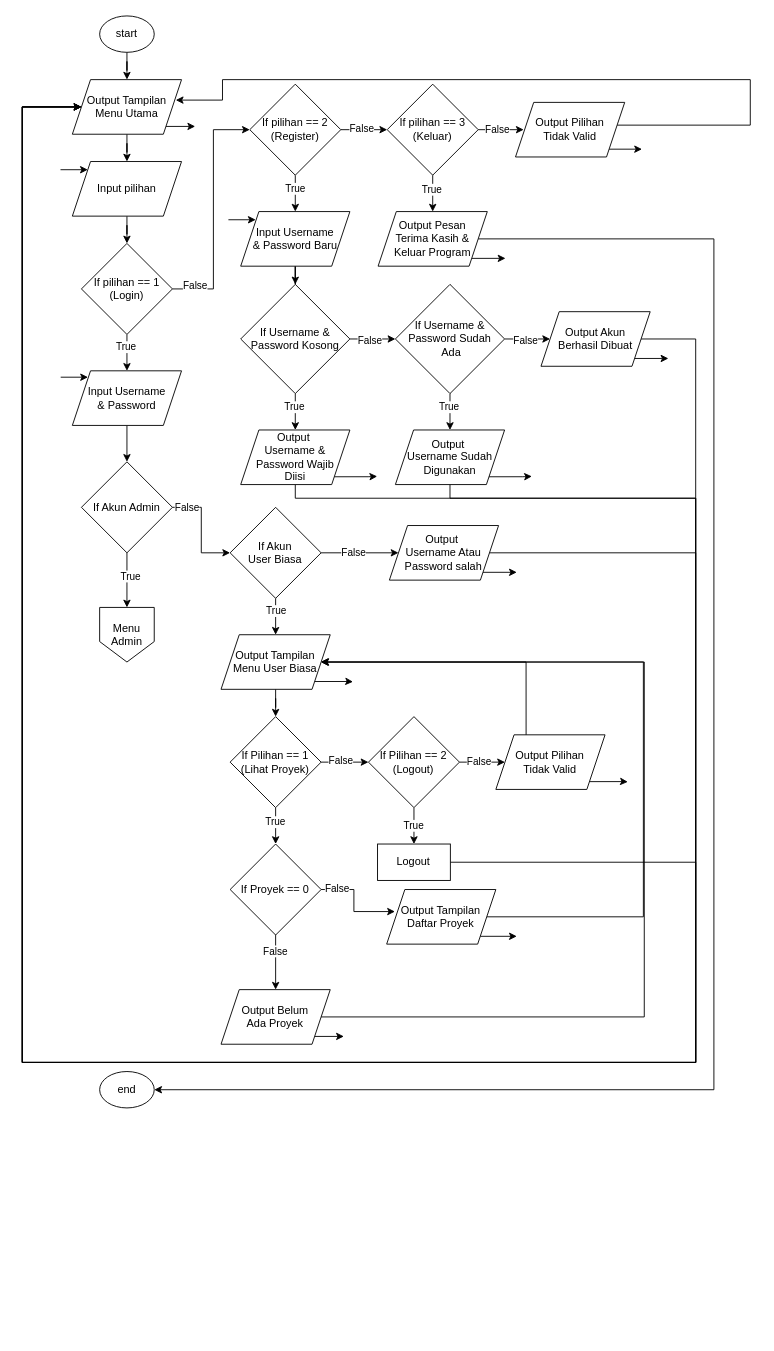
Earlier version of the draw.io diagram page "Menu Utama & User Biasa" (1 of 2) of praktikum-apd/post-test/post-test-apd-6/2509106081-MuhammadIhsanRosadi-PT-6.drawio (WAST3D-Git/Praktikum_APD_B2-25). Source tidied: cells renumbered, new cells numbered last; positions are measured from the earlier drawing's top-left corner, leaving out a move shared by most shapes. Both pictures are drawn from the tidied source at 91%, with x=0, y=0 at pixel (22, 15).
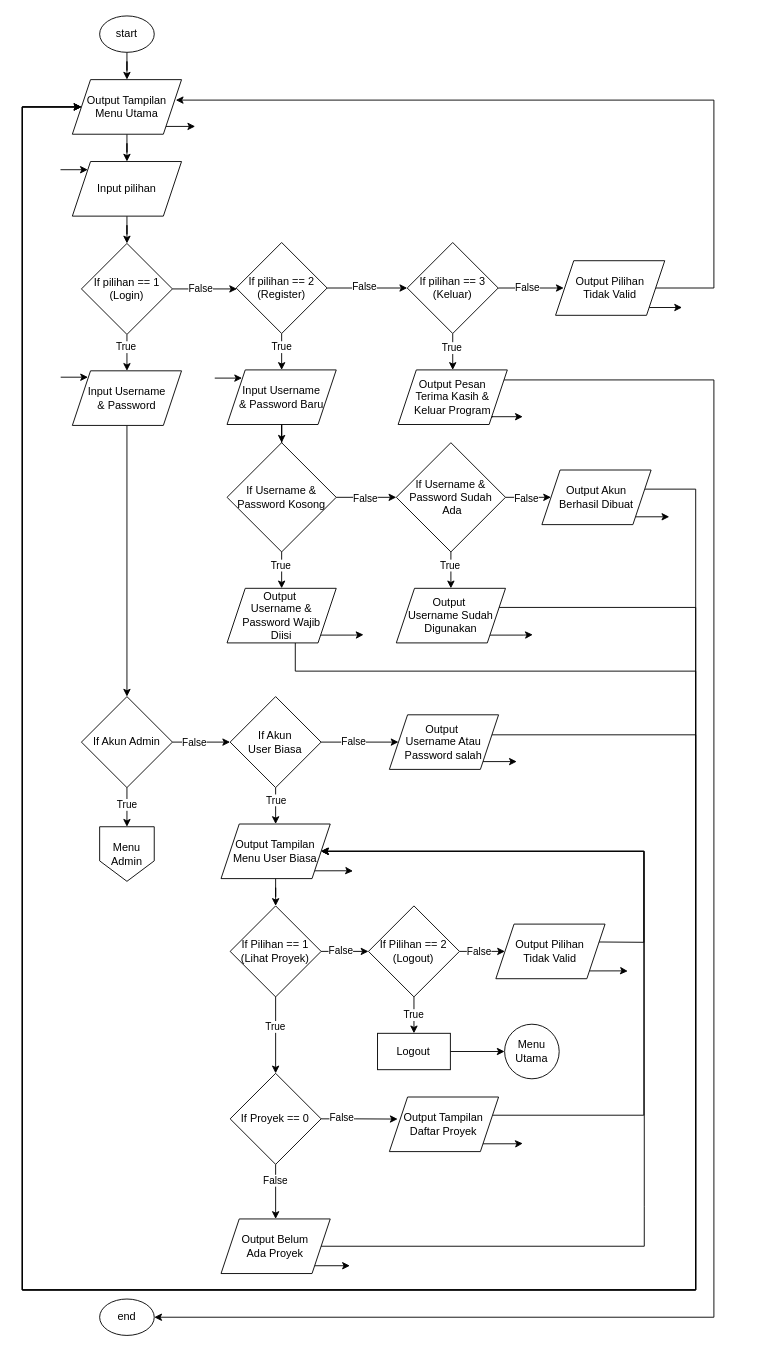
The same page after the edit.

The change refers to these unchanged cells:
```xml
<mxCell id="7" value="Output Tampilan&lt;div&gt;Menu Utama&lt;/div&gt;" style="shape=parallelogram;perimeter=parallelogramPerimeter;whiteSpace=wrap;html=1;fixedSize=1;" parent="1" vertex="1">
  <mxGeometry x="55" y="70" width="120" height="60" as="geometry" />
</mxCell>
<mxCell id="12" value="&lt;div&gt;&lt;span style=&quot;background-color: transparent; color: light-dark(rgb(0, 0, 0), rgb(255, 255, 255));&quot;&gt;If pilihan == 1&lt;/span&gt;&lt;/div&gt;&lt;div&gt;(Login)&lt;/div&gt;" style="rhombus;whiteSpace=wrap;html=1;" parent="1" vertex="1">
  <mxGeometry x="65" y="250" width="100" height="100" as="geometry" />
</mxCell>
<mxCell id="49" style="edgeStyle=orthogonalEdgeStyle;rounded=0;jettySize=auto;html=1;entryX=0;entryY=0.5;entryDx=0;entryDy=0;" parent="1" edge="1" source="53" target="58">
  <mxGeometry relative="1" as="geometry" />
</mxCell>
<mxCell id="51" style="edgeStyle=orthogonalEdgeStyle;rounded=0;jettySize=auto;html=1;" parent="1" edge="1" source="53" target="99">
  <mxGeometry relative="1" as="geometry" />
</mxCell>
<mxCell id="96" style="edgeStyle=orthogonalEdgeStyle;rounded=0;jettySize=auto;html=1;entryX=0.076;entryY=0.404;entryDx=0;entryDy=0;entryPerimeter=0;" parent="1" edge="1" source="90" target="95">
  <mxGeometry relative="1" as="geometry" />
</mxCell>
```

What changed in the source:
```diff
@@
     <mxCell id="4" value="end" style="ellipse;whiteSpace=wrap;html=1;" parent="1" vertex="1">
-      <mxGeometry x="85" y="1160" width="60" height="40" as="geometry" />
+      <mxGeometry x="85" y="1410" width="60" height="40" as="geometry" />
     </mxCell>
@@
     <mxCell id="10" style="edgeStyle=orthogonalEdgeStyle;rounded=0;jettySize=auto;html=1;" parent="1" edge="1" source="12" target="17">
       <mxGeometry relative="1" as="geometry">
         <Array as="points">
-          <mxPoint x="210" y="300" />
-          <mxPoint x="210" y="125" />
+          <mxPoint x="200" y="300" />
+          <mxPoint x="200" y="300" />
         </Array>
       </mxGeometry>
     </mxCell>
     <mxCell id="11" value="False" style="edgeLabel;html=1;align=center;verticalAlign=middle;" parent="10" vertex="1">
       <mxGeometry x="-0.07" relative="1" as="geometry">
-        <mxPoint x="-21" y="72" as="offset" />
+        <mxPoint x="-3" y="-1" as="offset" />
       </mxGeometry>
     </mxCell>
@@
     <mxCell id="17" value="&lt;div&gt;&lt;span style=&quot;background-color: transparent; color: light-dark(rgb(0, 0, 0), rgb(255, 255, 255));&quot;&gt;If pilihan == 2&lt;/span&gt;&lt;/div&gt;&lt;div&gt;(Register)&lt;/div&gt;" style="rhombus;whiteSpace=wrap;html=1;" parent="1" vertex="1">
-      <mxGeometry x="250" y="75" width="100" height="100" as="geometry" />
+      <mxGeometry x="235" y="249" width="100" height="100" as="geometry" />
     </mxCell>
     <mxCell id="18" style="edgeStyle=orthogonalEdgeStyle;rounded=0;jettySize=auto;html=1;" parent="1" edge="1" source="22">
       <mxGeometry relative="1" as="geometry">
-        <mxPoint x="551" y="125" as="targetPoint" />
+        <mxPoint x="595" y="299" as="targetPoint" />
       </mxGeometry>
     </mxCell>
@@
     <mxCell id="22" value="&lt;div&gt;&lt;span style=&quot;background-color: transparent; color: light-dark(rgb(0, 0, 0), rgb(255, 255, 255));&quot;&gt;If pilihan == 3&lt;/span&gt;&lt;/div&gt;&lt;div&gt;(Keluar)&lt;/div&gt;" style="rhombus;whiteSpace=wrap;html=1;" parent="1" vertex="1">
-      <mxGeometry x="401" y="75" width="100" height="100" as="geometry" />
+      <mxGeometry x="423" y="249" width="100" height="100" as="geometry" />
     </mxCell>
@@
     <mxCell id="26" style="edgeStyle=orthogonalEdgeStyle;rounded=0;jettySize=auto;html=1;exitX=1;exitY=1;exitDx=0;exitDy=0;" parent="1" edge="1" source="28">
       <mxGeometry relative="1" as="geometry">
-        <mxPoint x="681" y="146.2" as="targetPoint" />
+        <mxPoint x="725" y="320.2" as="targetPoint" />
       </mxGeometry>
     </mxCell>
-    <mxCell id="27" style="edgeStyle=orthogonalEdgeStyle;rounded=0;jettySize=auto;html=1;entryX=0.947;entryY=0.375;entryDx=0;entryDy=0;entryPerimeter=0;" parent="1" edge="1" source="28" target="7">
+    <mxCell id="27" style="edgeStyle=orthogonalEdgeStyle;rounded=0;jettySize=auto;html=1;entryX=0.947;entryY=0.375;entryDx=0;entryDy=0;entryPerimeter=0;exitX=1;exitY=0.5;exitDx=0;exitDy=0;" parent="1" edge="1" source="28" target="7">
       <mxGeometry relative="1" as="geometry">
         <Array as="points">
-          <mxPoint x="800" y="120" />
-          <mxPoint x="800" y="70" />
-          <mxPoint x="220" y="70" />
-          <mxPoint x="220" y="93" />
+          <mxPoint x="760" y="299" />
+          <mxPoint x="760" y="93" />
         </Array>
       </mxGeometry>
     </mxCell>
     <mxCell id="28" value="Output Pilihan&lt;div&gt;Tidak Valid&lt;/div&gt;" style="shape=parallelogram;perimeter=parallelogramPerimeter;whiteSpace=wrap;html=1;fixedSize=1;" parent="1" vertex="1">
-      <mxGeometry x="542" y="95" width="120" height="60" as="geometry" />
+      <mxGeometry x="586" y="269" width="120" height="60" as="geometry" />
     </mxCell>
     <mxCell id="29" style="edgeStyle=orthogonalEdgeStyle;rounded=0;jettySize=auto;html=1;entryX=1;entryY=0.5;entryDx=0;entryDy=0;" parent="1" edge="1" source="31" target="4">
       <mxGeometry relative="1" as="geometry">
         <Array as="points">
-          <mxPoint x="760" y="245" />
-          <mxPoint x="760" y="1180" />
+          <mxPoint x="760" y="400" />
+          <mxPoint x="760" y="1430" />
         </Array>
       </mxGeometry>
     </mxCell>
     <mxCell id="30" style="edgeStyle=orthogonalEdgeStyle;rounded=0;jettySize=auto;html=1;exitX=1;exitY=1;exitDx=0;exitDy=0;" parent="1" edge="1" source="31">
       <mxGeometry relative="1" as="geometry">
-        <mxPoint x="531" y="266.2" as="targetPoint" />
+        <mxPoint x="518" y="440.2" as="targetPoint" />
       </mxGeometry>
     </mxCell>
+    <mxCell id="100" style="edgeStyle=orthogonalEdgeStyle;rounded=0;jettySize=auto;html=1;exitX=1;exitY=1;exitDx=0;exitDy=0;" parent="1" edge="1" source="31">
+      <mxGeometry relative="1" as="geometry">
+        <mxPoint x="550" y="440.3" as="targetPoint" />
+      </mxGeometry>
+    </mxCell>
     <mxCell id="31" value="Output Pesan&lt;div&gt;&lt;span style=&quot;background-color: transparent; color: light-dark(rgb(0, 0, 0), rgb(255, 255, 255));&quot;&gt;Terima Kasih &amp;amp;&lt;/span&gt;&lt;div&gt;Keluar Program&lt;/div&gt;&lt;/div&gt;" style="shape=parallelogram;perimeter=parallelogramPerimeter;whiteSpace=wrap;html=1;fixedSize=1;" parent="1" vertex="1">
-      <mxGeometry x="391" y="215" width="120" height="60" as="geometry" />
+      <mxGeometry x="413" y="389" width="120" height="60" as="geometry" />
     </mxCell>
     <mxCell id="32" style="edgeStyle=orthogonalEdgeStyle;rounded=0;orthogonalLoop=1;jettySize=auto;html=1;" parent="1" edge="1">
       <mxGeometry relative="1" as="geometry">
-        <mxPoint x="226.5" y="224" as="sourcePoint" />
-        <mxPoint x="256.5" y="223.8" as="targetPoint" />
+        <mxPoint x="211.5" y="398" as="sourcePoint" />
+        <mxPoint x="241.5" y="397.8" as="targetPoint" />
       </mxGeometry>
     </mxCell>
@@
     <mxCell id="34" value="Input Username&lt;div&gt;&amp;amp; Password Baru&lt;/div&gt;" style="shape=parallelogram;perimeter=parallelogramPerimeter;whiteSpace=wrap;html=1;fixedSize=1;" parent="1" vertex="1">
-      <mxGeometry x="240" y="215" width="120" height="60" as="geometry" />
+      <mxGeometry x="225" y="389" width="120" height="60" as="geometry" />
     </mxCell>
@@
     <mxCell id="39" value="If Username &amp;amp;&lt;div&gt;Password Sudah&lt;/div&gt;&lt;div&gt;&amp;nbsp;Ada&lt;/div&gt;" style="rhombus;whiteSpace=wrap;html=1;" parent="1" vertex="1">
-      <mxGeometry x="410" y="295" width="120" height="120" as="geometry" />
+      <mxGeometry x="411" y="469" width="120" height="120" as="geometry" />
     </mxCell>
     <mxCell id="40" style="edgeStyle=orthogonalEdgeStyle;rounded=0;jettySize=auto;html=1;exitX=1;exitY=1;exitDx=0;exitDy=0;" parent="1" edge="1" source="42">
       <mxGeometry relative="1" as="geometry">
-        <mxPoint x="560" y="506" as="targetPoint" />
+        <mxPoint x="561" y="680" as="targetPoint" />
       </mxGeometry>
     </mxCell>
     <mxCell id="41" style="edgeStyle=orthogonalEdgeStyle;rounded=0;jettySize=auto;html=1;entryX=0;entryY=0.5;entryDx=0;entryDy=0;" parent="1" edge="1" source="42" target="7">
       <mxGeometry relative="1" as="geometry">
         <Array as="points">
-          <mxPoint x="470" y="530" />
-          <mxPoint x="740" y="530" />
-          <mxPoint x="740" y="1150" />
-          <mxPoint y="1150" />
+          <mxPoint x="740" y="650" />
+          <mxPoint x="740" y="1400" />
+          <mxPoint y="1400" />
           <mxPoint y="100" />
         </Array>
       </mxGeometry>
     </mxCell>
     <mxCell id="42" value="Output&amp;nbsp;&lt;div&gt;&lt;span style=&quot;background-color: transparent; color: light-dark(rgb(0, 0, 0), rgb(255, 255, 255));&quot;&gt;Username Sudah&lt;/span&gt;&lt;div&gt;Digunakan&lt;/div&gt;&lt;/div&gt;" style="shape=parallelogram;perimeter=parallelogramPerimeter;whiteSpace=wrap;html=1;fixedSize=1;" parent="1" vertex="1">
-      <mxGeometry x="410" y="455" width="120" height="60" as="geometry" />
+      <mxGeometry x="411" y="629" width="120" height="60" as="geometry" />
     </mxCell>
     <mxCell id="43" style="edgeStyle=orthogonalEdgeStyle;rounded=0;jettySize=auto;html=1;exitX=1;exitY=1;exitDx=0;exitDy=0;" parent="1" edge="1" source="45">
       <mxGeometry relative="1" as="geometry">
-        <mxPoint x="710" y="376" as="targetPoint" />
+        <mxPoint x="711" y="550" as="targetPoint" />
       </mxGeometry>
     </mxCell>
     <mxCell id="44" style="edgeStyle=orthogonalEdgeStyle;rounded=0;jettySize=auto;html=1;" parent="1" edge="1" source="45" target="7">
       <mxGeometry relative="1" as="geometry">
         <Array as="points">
-          <mxPoint x="740" y="355" />
-          <mxPoint x="740" y="1150" />
-          <mxPoint y="1150" />
+          <mxPoint x="740" y="520" />
+          <mxPoint x="740" y="1400" />
+          <mxPoint y="1400" />
           <mxPoint y="100" />
         </Array>
       </mxGeometry>
     </mxCell>
     <mxCell id="45" value="Output Akun&lt;div&gt;Berhasil Dibuat&lt;/div&gt;" style="shape=parallelogram;perimeter=parallelogramPerimeter;whiteSpace=wrap;html=1;fixedSize=1;" parent="1" vertex="1">
-      <mxGeometry x="570" y="325" width="120" height="60" as="geometry" />
+      <mxGeometry x="571" y="499" width="120" height="60" as="geometry" />
     </mxCell>
@@
     <mxCell id="50" value="False" style="edgeLabel;html=1;align=center;verticalAlign=middle;" parent="49" vertex="1">
       <mxGeometry x="-0.96" relative="1" as="geometry">
-        <mxPoint x="13" as="offset" />
+        <mxPoint x="22" as="offset" />
       </mxGeometry>
     </mxCell>
@@
     <mxCell id="52" value="True" style="edgeLabel;html=1;align=center;verticalAlign=middle;" parent="51" vertex="1">
-      <mxGeometry x="-0.16" y="3" relative="1" as="geometry" />
+      <mxGeometry x="-0.16" y="3" relative="1" as="geometry">
+        <mxPoint x="-4" as="offset" />
+      </mxGeometry>
     </mxCell>
     <mxCell id="53" value="If Akun Admin" style="rhombus;whiteSpace=wrap;html=1;" parent="1" vertex="1">
-      <mxGeometry x="65" y="490" width="100" height="100" as="geometry" />
+      <mxGeometry x="65" y="748" width="100" height="100" as="geometry" />
     </mxCell>
@@
     <mxCell id="58" value="If Akun&lt;div&gt;User Biasa&lt;/div&gt;" style="rhombus;whiteSpace=wrap;html=1;" parent="1" vertex="1">
-      <mxGeometry x="228.4" y="540" width="100" height="100" as="geometry" />
+      <mxGeometry x="228.4" y="748" width="100" height="100" as="geometry" />
     </mxCell>
     <mxCell id="59" style="edgeStyle=orthogonalEdgeStyle;rounded=0;jettySize=auto;html=1;exitX=1;exitY=1;exitDx=0;exitDy=0;" parent="1" edge="1" source="61">
       <mxGeometry relative="1" as="geometry">
-        <mxPoint x="543.4" y="611.4" as="targetPoint" />
+        <mxPoint x="543.4" y="819.4" as="targetPoint" />
       </mxGeometry>
     </mxCell>
     <mxCell id="60" style="edgeStyle=orthogonalEdgeStyle;rounded=0;jettySize=auto;html=1;entryX=0;entryY=0.5;entryDx=0;entryDy=0;" parent="1" edge="1" source="61" target="7">
       <mxGeometry relative="1" as="geometry">
         <Array as="points">
-          <mxPoint x="740" y="590" />
-          <mxPoint x="740" y="1150" />
-          <mxPoint y="1150" />
+          <mxPoint x="740" y="790" />
+          <mxPoint x="740" y="1400" />
+          <mxPoint y="1400" />
           <mxPoint y="100" />
         </Array>
       </mxGeometry>
     </mxCell>
     <mxCell id="61" value="Output&amp;nbsp;&lt;div&gt;&lt;span style=&quot;background-color: transparent; color: light-dark(rgb(0, 0, 0), rgb(255, 255, 255));&quot;&gt;Username Atau&lt;/span&gt;&lt;/div&gt;&lt;div&gt;&lt;span style=&quot;background-color: transparent; color: light-dark(rgb(0, 0, 0), rgb(255, 255, 255));&quot;&gt;Password salah&lt;/span&gt;&lt;/div&gt;" style="shape=parallelogram;perimeter=parallelogramPerimeter;whiteSpace=wrap;html=1;fixedSize=1;" parent="1" vertex="1">
-      <mxGeometry x="403.4" y="560" width="120" height="60" as="geometry" />
+      <mxGeometry x="403.4" y="768" width="120" height="60" as="geometry" />
     </mxCell>
     <mxCell id="62" style="edgeStyle=orthogonalEdgeStyle;rounded=0;jettySize=auto;html=1;exitX=1;exitY=1;exitDx=0;exitDy=0;" parent="1" edge="1" source="64">
       <mxGeometry relative="1" as="geometry">
-        <mxPoint x="363.4" y="731.7" as="targetPoint" />
+        <mxPoint x="363.4" y="939.7" as="targetPoint" />
       </mxGeometry>
     </mxCell>
@@
     <mxCell id="64" value="Output Tampilan&lt;div&gt;Menu User Biasa&lt;/div&gt;" style="shape=parallelogram;perimeter=parallelogramPerimeter;whiteSpace=wrap;html=1;fixedSize=1;" parent="1" vertex="1">
-      <mxGeometry x="218.4" y="680" width="120" height="60" as="geometry" />
+      <mxGeometry x="218.4" y="888" width="120" height="60" as="geometry" />
     </mxCell>
@@
     <mxCell id="69" value="If Pilihan == 1&lt;div&gt;(Lihat Proyek)&lt;/div&gt;" style="rhombus;whiteSpace=wrap;html=1;" parent="1" vertex="1">
-      <mxGeometry x="228.4" y="770" width="100" height="100" as="geometry" />
+      <mxGeometry x="228.4" y="978" width="100" height="100" as="geometry" />
     </mxCell>
@@
     <mxCell id="74" value="If Pilihan == 2&lt;div&gt;(Logout)&lt;/div&gt;" style="rhombus;whiteSpace=wrap;html=1;" parent="1" vertex="1">
-      <mxGeometry x="380.4" y="770" width="100" height="100" as="geometry" />
+      <mxGeometry x="380.4" y="978" width="100" height="100" as="geometry" />
     </mxCell>
     <mxCell id="75" style="edgeStyle=orthogonalEdgeStyle;rounded=0;jettySize=auto;html=1;exitX=1;exitY=1;exitDx=0;exitDy=0;" parent="1" edge="1" source="77">
       <mxGeometry relative="1" as="geometry">
-        <mxPoint x="665.4" y="841.7" as="targetPoint" />
+        <mxPoint x="665.4" y="1049.7" as="targetPoint" />
       </mxGeometry>
     </mxCell>
-    <mxCell id="76" style="edgeStyle=orthogonalEdgeStyle;rounded=0;jettySize=auto;html=1;exitX=0.277;exitY=0.02;exitDx=0;exitDy=0;exitPerimeter=0;" parent="1" edge="1" source="77" target="64">
+    <mxCell id="76" style="edgeStyle=orthogonalEdgeStyle;rounded=0;jettySize=auto;html=1;exitX=0.945;exitY=0.326;exitDx=0;exitDy=0;exitPerimeter=0;entryX=1;entryY=0.5;entryDx=0;entryDy=0;" parent="1" edge="1" target="64">
       <mxGeometry relative="1" as="geometry">
+        <mxPoint x="626.8" y="1017.6" as="sourcePoint" />
         <Array as="points">
-          <mxPoint x="553.5" y="710" />
+          <mxPoint x="628" y="1018" />
+          <mxPoint x="683" y="1018" />
+          <mxPoint x="683" y="918" />
         </Array>
       </mxGeometry>
     </mxCell>
     <mxCell id="77" value="Output Pilihan&lt;div&gt;Tidak Valid&lt;/div&gt;" style="shape=parallelogram;perimeter=parallelogramPerimeter;whiteSpace=wrap;html=1;fixedSize=1;" parent="1" vertex="1">
-      <mxGeometry x="520.4" y="790" width="120" height="60" as="geometry" />
+      <mxGeometry x="520.4" y="998" width="120" height="60" as="geometry" />
     </mxCell>
     <mxCell id="78" style="edgeStyle=orthogonalEdgeStyle;rounded=0;jettySize=auto;html=1;" parent="1" edge="1" source="82">
       <mxGeometry relative="1" as="geometry">
-        <mxPoint x="300" y="455" as="targetPoint" />
+        <mxPoint x="285" y="629" as="targetPoint" />
       </mxGeometry>
     </mxCell>
@@
-    <mxCell id="80" style="edgeStyle=orthogonalEdgeStyle;rounded=0;jettySize=auto;html=1;" parent="1" edge="1" source="82">
-      <mxGeometry relative="1" as="geometry">
-        <mxPoint x="410" y="355" as="targetPoint" />
-      </mxGeometry>
+    <mxCell id="80" style="edgeStyle=orthogonalEdgeStyle;rounded=0;jettySize=auto;html=1;entryX=0;entryY=0.5;entryDx=0;entryDy=0;" parent="1" edge="1" source="82" target="39">
+      <mxGeometry relative="1" as="geometry" />
     </mxCell>
@@
     <mxCell id="82" value="If Username &amp;amp;&lt;div&gt;Password Kosong&lt;/div&gt;" style="rhombus;whiteSpace=wrap;html=1;" parent="1" vertex="1">
-      <mxGeometry x="240" y="295" width="120" height="120" as="geometry" />
+      <mxGeometry x="225" y="469" width="120" height="120" as="geometry" />
     </mxCell>
     <mxCell id="83" style="edgeStyle=orthogonalEdgeStyle;rounded=0;jettySize=auto;html=1;exitX=1;exitY=1;exitDx=0;exitDy=0;" parent="1" edge="1" source="85">
       <mxGeometry relative="1" as="geometry">
-        <mxPoint x="390" y="506" as="targetPoint" />
+        <mxPoint x="375" y="680" as="targetPoint" />
       </mxGeometry>
     </mxCell>
     <mxCell id="84" style="edgeStyle=orthogonalEdgeStyle;rounded=0;jettySize=auto;html=1;entryX=0;entryY=0.5;entryDx=0;entryDy=0;" parent="1" edge="1" source="85" target="7">
       <mxGeometry relative="1" as="geometry">
         <Array as="points">
-          <mxPoint x="300" y="530" />
-          <mxPoint x="740" y="530" />
-          <mxPoint x="740" y="1150" />
-          <mxPoint y="1150" />
+          <mxPoint x="300" y="720" />
+          <mxPoint x="740" y="720" />
+          <mxPoint x="740" y="1400" />
+          <mxPoint y="1400" />
           <mxPoint y="100" />
         </Array>
       </mxGeometry>
     </mxCell>
     <mxCell id="85" value="Output&amp;nbsp;&lt;div&gt;&lt;span style=&quot;background-color: transparent; color: light-dark(rgb(0, 0, 0), rgb(255, 255, 255));&quot;&gt;Username &amp;amp;&lt;/span&gt;&lt;/div&gt;&lt;div&gt;&lt;span style=&quot;background-color: transparent; color: light-dark(rgb(0, 0, 0), rgb(255, 255, 255));&quot;&gt;Password Wajib&lt;/span&gt;&lt;/div&gt;&lt;div&gt;&lt;span style=&quot;background-color: transparent; color: light-dark(rgb(0, 0, 0), rgb(255, 255, 255));&quot;&gt;Diisi&lt;/span&gt;&lt;/div&gt;" style="shape=parallelogram;perimeter=parallelogramPerimeter;whiteSpace=wrap;html=1;fixedSize=1;" parent="1" vertex="1">
-      <mxGeometry x="240" y="455" width="120" height="60" as="geometry" />
+      <mxGeometry x="225" y="629" width="120" height="60" as="geometry" />
     </mxCell>
-    <mxCell id="86" style="edgeStyle=orthogonalEdgeStyle;rounded=0;jettySize=auto;html=1;entryX=0;entryY=0.5;entryDx=0;entryDy=0;" parent="1" edge="1" source="87" target="7">
-      <mxGeometry relative="1" as="geometry">
-        <Array as="points">
-          <mxPoint x="740" y="930" />
-          <mxPoint x="740" y="1150" />
-          <mxPoint y="1150" />
-          <mxPoint y="100" />
-        </Array>
-      </mxGeometry>
-    </mxCell>
+    <mxCell id="101" style="edgeStyle=orthogonalEdgeStyle;rounded=0;jettySize=auto;html=1;" parent="1" edge="1" source="87" target="102">
+      <mxGeometry relative="1" as="geometry" />
+    </mxCell>
     <mxCell id="87" value="Logout" style="whiteSpace=wrap;html=1;" parent="1" vertex="1">
-      <mxGeometry x="390.4" y="910" width="80" height="40" as="geometry" />
+      <mxGeometry x="390.4" y="1118" width="80" height="40" as="geometry" />
     </mxCell>
@@
     <mxCell id="90" value="If Proyek == 0" style="rhombus;whiteSpace=wrap;html=1;" parent="1" vertex="1">
-      <mxGeometry x="228.4" y="910" width="100" height="100" as="geometry" />
+      <mxGeometry x="228.4" y="1162" width="100" height="100" as="geometry" />
     </mxCell>
     <mxCell id="91" style="edgeStyle=orthogonalEdgeStyle;rounded=0;jettySize=auto;html=1;exitX=1;exitY=1;exitDx=0;exitDy=0;" parent="1" edge="1" source="92">
       <mxGeometry relative="1" as="geometry">
-        <mxPoint x="353.4" y="1121.5" as="targetPoint" />
+        <mxPoint x="360" y="1373" as="targetPoint" />
       </mxGeometry>
     </mxCell>
     <mxCell id="92" value="Output Belum&lt;div&gt;Ada Proyek&lt;/div&gt;" style="shape=parallelogram;perimeter=parallelogramPerimeter;whiteSpace=wrap;html=1;fixedSize=1;" parent="1" vertex="1">
-      <mxGeometry x="218.4" y="1070" width="120" height="60" as="geometry" />
+      <mxGeometry x="218.4" y="1322" width="120" height="60" as="geometry" />
     </mxCell>
     <mxCell id="93" style="edgeStyle=orthogonalEdgeStyle;rounded=0;jettySize=auto;html=1;exitX=1;exitY=1;exitDx=0;exitDy=0;" parent="1" edge="1" source="95">
       <mxGeometry relative="1" as="geometry">
-        <mxPoint x="543.4" y="1011.4" as="targetPoint" />
+        <mxPoint x="550" y="1239" as="targetPoint" />
       </mxGeometry>
     </mxCell>
     <mxCell id="94" style="edgeStyle=orthogonalEdgeStyle;rounded=0;jettySize=auto;html=1;entryX=1;entryY=0.5;entryDx=0;entryDy=0;" parent="1" edge="1" source="95" target="64">
       <mxGeometry relative="1" as="geometry">
         <Array as="points">
-          <mxPoint x="682.5" y="990" />
-          <mxPoint x="682.5" y="710" />
+          <mxPoint x="683" y="1208" />
+          <mxPoint x="683" y="918" />
         </Array>
       </mxGeometry>
     </mxCell>
     <mxCell id="95" value="Output Tampilan&lt;div&gt;Daftar Proyek&lt;/div&gt;" style="shape=parallelogram;perimeter=parallelogramPerimeter;whiteSpace=wrap;html=1;fixedSize=1;" parent="1" vertex="1">
-      <mxGeometry x="400.4" y="960" width="120" height="60" as="geometry" />
+      <mxGeometry x="403.4" y="1188" width="120" height="60" as="geometry" />
     </mxCell>
@@
     <mxCell id="97" value="False" style="edgeLabel;html=1;align=center;verticalAlign=middle;" parent="96" vertex="1">
       <mxGeometry x="-0.16" relative="1" as="geometry">
-        <mxPoint x="-19" y="-10" as="offset" />
+        <mxPoint x="-13" y="-2" as="offset" />
       </mxGeometry>
     </mxCell>
     <mxCell id="98" style="edgeStyle=orthogonalEdgeStyle;rounded=0;jettySize=auto;html=1;entryX=0.904;entryY=0.498;entryDx=0;entryDy=0;entryPerimeter=0;exitX=1;exitY=0.5;exitDx=0;exitDy=0;" parent="1" edge="1" source="92">
       <mxGeometry relative="1" as="geometry">
-        <mxPoint x="327.9" y="709.9" as="targetPoint" />
+        <mxPoint x="327.9" y="917.9" as="targetPoint" />
         <Array as="points">
-          <mxPoint x="683.5" y="1100" />
-          <mxPoint x="683.5" y="710" />
-          <mxPoint x="335.5" y="710" />
+          <mxPoint x="683.5" y="1308" />
+          <mxPoint x="683.5" y="918" />
+          <mxPoint x="335.5" y="918" />
         </Array>
       </mxGeometry>
     </mxCell>
     <mxCell id="99" value="Menu Admin" style="shape=offPageConnector;whiteSpace=wrap;html=1;" parent="1" vertex="1">
-      <mxGeometry x="85" y="650" width="60" height="60" as="geometry" />
+      <mxGeometry x="85" y="891" width="60" height="60" as="geometry" />
     </mxCell>
+    <mxCell id="102" value="Menu Utama" style="ellipse;whiteSpace=wrap;html=1;" parent="1" vertex="1">
+      <mxGeometry x="530" y="1108" width="60" height="60" as="geometry" />
+    </mxCell>
```
